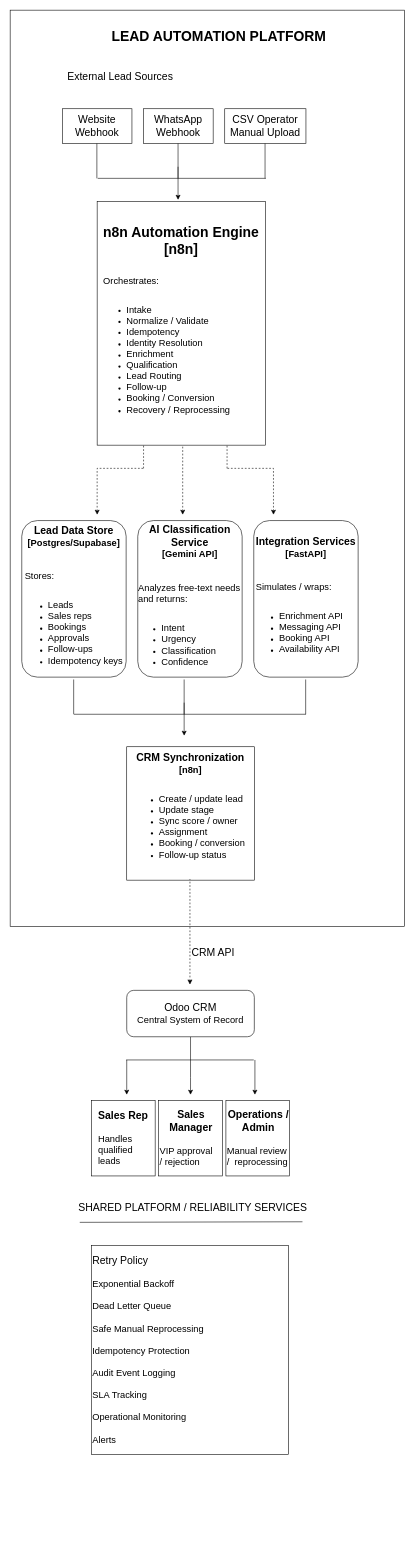
Earlier version of the draw.io diagram 01_architecture/c4-container-diagram.drawio (MayElshater/automation-engineer-assessment). Source tidied: cells renumbered, new cells numbered last; positions are measured from the earlier drawing's top-left corner, leaving out a move shared by most shapes. Both pictures are drawn from the tidied source at 58%, with x=0, y=0 at pixel (10, 10).
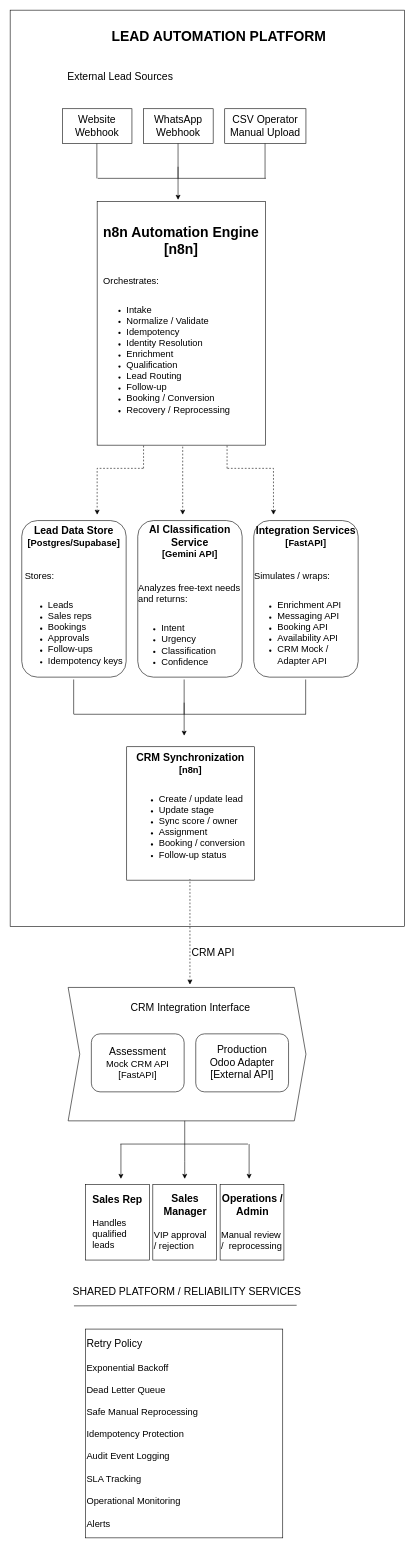
After the change.

Change to the diagram source:
```diff
@@
+    <mxCell id="41" style="shape=step;perimeter=stepPerimeter;whiteSpace=wrap;html=1;shapeInside=1;fixedSize=1;" parent="1" vertex="1">
+      <mxGeometry x="100" y="1685" width="410" height="230" as="geometry" />
+    </mxCell>
@@
-    <mxCell id="21" value="&lt;font style=&quot;font-size: 18px;&quot;&gt;&lt;b&gt;Integration Services&lt;/b&gt;&lt;/font&gt;&lt;div&gt;&lt;font size=&quot;3&quot;&gt;&lt;b&gt;[FastAPI]&lt;/b&gt;&lt;/font&gt;&lt;/div&gt;&lt;div&gt;&lt;font size=&quot;3&quot;&gt;&lt;br&gt;&lt;/font&gt;&lt;/div&gt;&lt;div&gt;&lt;font size=&quot;3&quot;&gt;&lt;br&gt;&lt;/font&gt;&lt;/div&gt;&lt;div style=&quot;text-align: left;&quot;&gt;&lt;font size=&quot;3&quot;&gt;Simulates / wraps:&lt;/font&gt;&lt;/div&gt;&lt;div&gt;&lt;ul&gt;&lt;div style=&quot;text-align: left;&quot;&gt;&lt;font size=&quot;3&quot;&gt;&lt;br&gt;&lt;/font&gt;&lt;/div&gt;&lt;li style=&quot;text-align: left;&quot;&gt;&lt;font size=&quot;3&quot;&gt;Enrichment API&lt;/font&gt;&lt;/li&gt;&lt;li style=&quot;text-align: left;&quot;&gt;&lt;font size=&quot;3&quot;&gt;Messaging API&lt;/font&gt;&lt;/li&gt;&lt;li style=&quot;text-align: left;&quot;&gt;&lt;font size=&quot;3&quot;&gt;Booking API&lt;/font&gt;&lt;/li&gt;&lt;li style=&quot;text-align: left;&quot;&gt;&lt;font size=&quot;3&quot;&gt;Availability API&lt;/font&gt;&lt;/li&gt;&lt;/ul&gt;&lt;/div&gt;" style="rounded=1;whiteSpace=wrap;html=1;" parent="1" vertex="1">
+    <mxCell id="21" value="&lt;font style=&quot;font-size: 18px;&quot;&gt;&lt;b&gt;Integration Services&lt;/b&gt;&lt;/font&gt;&lt;div&gt;&lt;font size=&quot;3&quot;&gt;&lt;b&gt;[FastAPI]&lt;/b&gt;&lt;/font&gt;&lt;/div&gt;&lt;div&gt;&lt;font size=&quot;3&quot;&gt;&lt;br&gt;&lt;/font&gt;&lt;/div&gt;&lt;div&gt;&lt;font size=&quot;3&quot;&gt;&lt;br&gt;&lt;/font&gt;&lt;/div&gt;&lt;div style=&quot;text-align: left;&quot;&gt;&lt;font size=&quot;3&quot;&gt;Simulates / wraps:&lt;/font&gt;&lt;/div&gt;&lt;div&gt;&lt;ul&gt;&lt;div style=&quot;text-align: left;&quot;&gt;&lt;font size=&quot;3&quot;&gt;&lt;br&gt;&lt;/font&gt;&lt;/div&gt;&lt;li style=&quot;text-align: left;&quot;&gt;&lt;font size=&quot;3&quot;&gt;Enrichment API&lt;/font&gt;&lt;/li&gt;&lt;li style=&quot;text-align: left;&quot;&gt;&lt;font size=&quot;3&quot;&gt;Messaging API&lt;/font&gt;&lt;/li&gt;&lt;li style=&quot;text-align: left;&quot;&gt;&lt;font size=&quot;3&quot;&gt;Booking API&lt;/font&gt;&lt;/li&gt;&lt;li style=&quot;text-align: left;&quot;&gt;&lt;font size=&quot;3&quot;&gt;Availability API&lt;/font&gt;&lt;/li&gt;&lt;li style=&quot;text-align: left;&quot;&gt;&lt;font size=&quot;3&quot;&gt;CRM Mock / Adapter API&lt;/font&gt;&lt;/li&gt;&lt;/ul&gt;&lt;/div&gt;" style="rounded=1;whiteSpace=wrap;html=1;" parent="1" vertex="1">
       <mxGeometry x="420" y="880" width="180" height="270" as="geometry" />
     </mxCell>
@@
-    <mxCell id="30" style="edgeStyle=orthogonalEdgeStyle;rounded=0;jettySize=auto;html=1;exitX=0.5;exitY=1;exitDx=0;exitDy=0;" parent="1" edge="1" source="31">
+    <mxCell id="30" style="edgeStyle=orthogonalEdgeStyle;rounded=0;orthogonalLoop=1;jettySize=auto;html=1;exitX=0.5;exitY=1;exitDx=0;exitDy=0;" parent="1" edge="1">
       <mxGeometry relative="1" as="geometry">
-        <mxPoint x="311" y="1870" as="targetPoint" />
+        <mxPoint x="301" y="1915" as="sourcePoint" />
+        <mxPoint x="301" y="2015" as="targetPoint" />
         <Array as="points">
-          <mxPoint x="311" y="1840" />
-          <mxPoint x="311" y="1840" />
+          <mxPoint x="301" y="1985" />
+          <mxPoint x="301" y="1985" />
         </Array>
       </mxGeometry>
     </mxCell>
-    <mxCell id="31" value="&lt;font style=&quot;font-size: 18px;&quot;&gt;Odoo CRM&lt;/font&gt;&lt;div&gt;&lt;font size=&quot;3&quot;&gt;Central System of&amp;nbsp;&lt;span style=&quot;background-color: transparent; color: light-dark(rgb(0, 0, 0), rgb(255, 255, 255));&quot;&gt;Record&lt;/span&gt;&lt;/font&gt;&lt;/div&gt;" style="rounded=1;whiteSpace=wrap;html=1;" parent="1" vertex="1">
-      <mxGeometry x="201" y="1690" width="220" height="80" as="geometry" />
-    </mxCell>
     <mxCell id="32" style="edgeStyle=none;orthogonalLoop=1;jettySize=auto;html=1;rounded=0;" parent="1" edge="1">
       <mxGeometry relative="1" as="geometry">
-        <mxPoint x="201" y="1810" as="sourcePoint" />
-        <mxPoint x="201" y="1870" as="targetPoint" />
+        <mxPoint x="191" y="1955" as="sourcePoint" />
+        <mxPoint x="191" y="2015" as="targetPoint" />
       </mxGeometry>
     </mxCell>
     <mxCell id="33" style="edgeStyle=none;orthogonalLoop=1;jettySize=auto;html=1;rounded=0;" parent="1" edge="1">
       <mxGeometry relative="1" as="geometry">
-        <mxPoint x="422" y="1810" as="sourcePoint" />
-        <mxPoint x="422" y="1870" as="targetPoint" />
+        <mxPoint x="412" y="1955" as="sourcePoint" />
+        <mxPoint x="412" y="2015" as="targetPoint" />
       </mxGeometry>
     </mxCell>
     <mxCell id="34" style="endArrow=none;html=1;rounded=0;" parent="1" edge="1">
       <mxGeometry relative="1" as="geometry">
-        <mxPoint x="200" y="1810" as="sourcePoint" />
-        <mxPoint x="420" y="1810" as="targetPoint" />
+        <mxPoint x="190" y="1955" as="sourcePoint" />
+        <mxPoint x="410" y="1955" as="targetPoint" />
       </mxGeometry>
     </mxCell>
     <mxCell id="35" value="&lt;font style=&quot;font-size: 18px;&quot;&gt;&lt;b&gt;Sales Rep&lt;/b&gt;&lt;/font&gt;&lt;div&gt;&lt;font size=&quot;3&quot;&gt;&lt;br&gt;&lt;/font&gt;&lt;/div&gt;&lt;div style=&quot;text-align: left;&quot;&gt;&lt;font size=&quot;3&quot;&gt;Handles&lt;/font&gt;&lt;/div&gt;&lt;div style=&quot;text-align: left;&quot;&gt;&lt;font size=&quot;3&quot;&gt;qualified&lt;/font&gt;&lt;/div&gt;&lt;div style=&quot;text-align: left;&quot;&gt;&lt;font size=&quot;3&quot;&gt;leads&lt;/font&gt;&lt;/div&gt;" style="whiteSpace=wrap;html=1;" parent="1" vertex="1">
-      <mxGeometry x="140" y="1880" width="110" height="130" as="geometry" />
+      <mxGeometry x="130" y="2025" width="110" height="130" as="geometry" />
     </mxCell>
     <mxCell id="36" value="&lt;div style=&quot;text-align: center;&quot;&gt;&lt;span style=&quot;font-size: 18px; background-color: transparent; color: light-dark(rgb(0, 0, 0), rgb(255, 255, 255));&quot;&gt;&lt;b&gt;Sales Manager&lt;/b&gt;&lt;/span&gt;&lt;/div&gt;&lt;div style=&quot;text-align: center;&quot;&gt;&lt;font size=&quot;3&quot;&gt;&lt;br&gt;&lt;/font&gt;&lt;/div&gt;&lt;div&gt;&lt;font size=&quot;3&quot;&gt;VIP approval&lt;/font&gt;&lt;/div&gt;&lt;div&gt;&lt;font size=&quot;3&quot;&gt;&lt;span style=&quot;background-color: transparent; color: light-dark(rgb(0, 0, 0), rgb(255, 255, 255));&quot;&gt;/ rejection&lt;/span&gt;&amp;nbsp;&lt;/font&gt;&lt;/div&gt;" style="whiteSpace=wrap;html=1;align=left;" parent="1" vertex="1">
-      <mxGeometry x="256" y="1880" width="110" height="130" as="geometry" />
+      <mxGeometry x="246" y="2025" width="110" height="130" as="geometry" />
     </mxCell>
     <mxCell id="37" value="&lt;div style=&quot;text-align: center;&quot;&gt;&lt;span style=&quot;font-size: 18px; background-color: transparent; color: light-dark(rgb(0, 0, 0), rgb(255, 255, 255));&quot;&gt;&lt;b&gt;Operations / Admin&lt;/b&gt;&lt;/span&gt;&lt;/div&gt;&lt;div style=&quot;text-align: center;&quot;&gt;&lt;font size=&quot;3&quot;&gt;&lt;br&gt;&lt;/font&gt;&lt;/div&gt;&lt;div&gt;&lt;font size=&quot;3&quot;&gt;Manual&amp;nbsp;&lt;span style=&quot;background-color: transparent; color: light-dark(rgb(0, 0, 0), rgb(255, 255, 255));&quot;&gt;review&lt;/span&gt;&lt;/font&gt;&lt;/div&gt;&lt;div&gt;&lt;font size=&quot;3&quot;&gt;/&amp;nbsp;&amp;nbsp;&lt;span style=&quot;background-color: transparent; color: light-dark(rgb(0, 0, 0), rgb(255, 255, 255));&quot;&gt;&lt;/span&gt;&lt;span style=&quot;background-color: transparent; color: light-dark(rgb(0, 0, 0), rgb(255, 255, 255));&quot;&gt;reprocessing&lt;/span&gt;&lt;/font&gt;&lt;/div&gt;" style="whiteSpace=wrap;html=1;align=left;" parent="1" vertex="1">
-      <mxGeometry x="372" y="1880" width="110" height="130" as="geometry" />
+      <mxGeometry x="362" y="2025" width="110" height="130" as="geometry" />
     </mxCell>
     <mxCell id="38" value="&lt;font style=&quot;font-size: 18px;&quot;&gt;SHARED PLATFORM / RELIABILITY SERVICES&lt;/font&gt;" style="text;html=1;whiteSpace=wrap;strokeColor=none;fillColor=none;align=center;verticalAlign=middle;rounded=0;" parent="1" vertex="1">
-      <mxGeometry x="110" y="2040" width="410" height="50" as="geometry" />
+      <mxGeometry x="100" y="2184" width="410" height="50" as="geometry" />
     </mxCell>
     <mxCell id="39" style="endArrow=none;html=1;rounded=0;" parent="1" edge="1">
       <mxGeometry relative="1" as="geometry">
-        <mxPoint x="120" y="2090" as="sourcePoint" />
-        <mxPoint x="504" y="2089" as="targetPoint" />
+        <mxPoint x="110" y="2234" as="sourcePoint" />
+        <mxPoint x="494" y="2233" as="targetPoint" />
       </mxGeometry>
     </mxCell>
     <mxCell id="40" value="&lt;font style=&quot;font-size: 18px;&quot;&gt;Retry Policy&lt;/font&gt;&lt;div&gt;&lt;font size=&quot;3&quot;&gt;&lt;br&gt;&lt;/font&gt;&lt;div&gt;&lt;font size=&quot;3&quot;&gt;Exponential Backoff&lt;/font&gt;&lt;/div&gt;&lt;div&gt;&lt;font size=&quot;3&quot;&gt;&lt;br&gt;&lt;/font&gt;&lt;/div&gt;&lt;div&gt;&lt;font size=&quot;3&quot;&gt;Dead Letter Queue&lt;/font&gt;&lt;/div&gt;&lt;div&gt;&lt;font size=&quot;3&quot;&gt;&lt;br&gt;&lt;/font&gt;&lt;/div&gt;&lt;div&gt;&lt;font size=&quot;3&quot;&gt;Safe Manual Reprocessing&lt;/font&gt;&lt;/div&gt;&lt;div&gt;&lt;font size=&quot;3&quot;&gt;&lt;br&gt;&lt;/font&gt;&lt;/div&gt;&lt;div&gt;&lt;font size=&quot;3&quot;&gt;Idempotency Protection&lt;/font&gt;&lt;/div&gt;&lt;div&gt;&lt;font size=&quot;3&quot;&gt;&lt;br&gt;&lt;/font&gt;&lt;/div&gt;&lt;div&gt;&lt;font size=&quot;3&quot;&gt;Audit Event Logging&lt;/font&gt;&lt;/div&gt;&lt;div&gt;&lt;font size=&quot;3&quot;&gt;&lt;br&gt;&lt;/font&gt;&lt;/div&gt;&lt;div&gt;&lt;font size=&quot;3&quot;&gt;SLA Tracking&lt;/font&gt;&lt;/div&gt;&lt;div&gt;&lt;font size=&quot;3&quot;&gt;&lt;br&gt;&lt;/font&gt;&lt;/div&gt;&lt;div&gt;&lt;font size=&quot;3&quot;&gt;Operational Monitoring&lt;/font&gt;&lt;/div&gt;&lt;div&gt;&lt;font size=&quot;3&quot;&gt;&lt;br&gt;&lt;/font&gt;&lt;/div&gt;&lt;div&gt;&lt;font size=&quot;3&quot;&gt;Alerts&lt;/font&gt;&lt;/div&gt;&lt;/div&gt;" style="whiteSpace=wrap;html=1;align=left;" parent="1" vertex="1">
-      <mxGeometry x="140" y="2130" width="340" height="360" as="geometry" />
+      <mxGeometry x="130" y="2274" width="340" height="360" as="geometry" />
     </mxCell>
+    <mxCell id="42" value="&lt;font style=&quot;font-size: 18px;&quot;&gt;Assessment&lt;/font&gt;&lt;div&gt;&lt;font size=&quot;3&quot;&gt;Mock CRM API&lt;/font&gt;&lt;/div&gt;&lt;div&gt;&lt;font size=&quot;3&quot;&gt;[FastAPI]&lt;/font&gt;&lt;/div&gt;" style="rounded=1;whiteSpace=wrap;html=1;" parent="1" vertex="1">
+      <mxGeometry x="140" y="1765" width="160" height="100" as="geometry" />
+    </mxCell>
+    <mxCell id="43" value="&lt;span style=&quot;font-size: 18px;&quot;&gt;Production&lt;/span&gt;&lt;div&gt;&lt;span style=&quot;font-size: 18px;&quot;&gt;Odoo Adapter&lt;/span&gt;&lt;/div&gt;&lt;div&gt;&lt;span style=&quot;font-size: 18px;&quot;&gt;[External API]&lt;/span&gt;&lt;/div&gt;" style="rounded=1;whiteSpace=wrap;html=1;" parent="1" vertex="1">
+      <mxGeometry x="320" y="1765" width="160" height="100" as="geometry" />
+    </mxCell>
+    <mxCell id="44" value="&lt;font style=&quot;font-size: 18px;&quot;&gt;CRM Integration Interface&lt;/font&gt;" style="text;html=1;whiteSpace=wrap;strokeColor=none;fillColor=none;align=center;verticalAlign=middle;rounded=0;" parent="1" vertex="1">
+      <mxGeometry x="181" y="1705" width="260" height="30" as="geometry" />
+    </mxCell>
```
